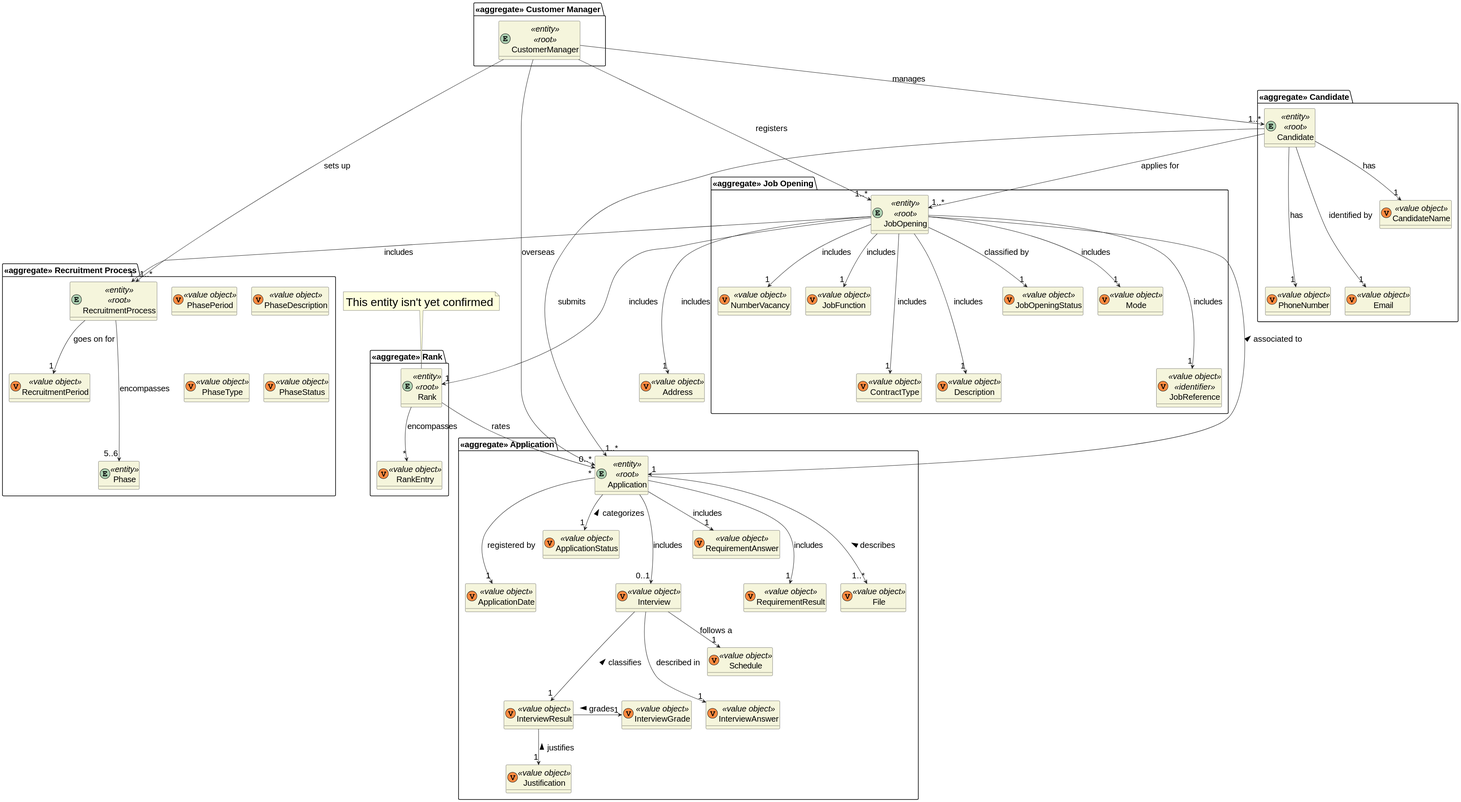
This is docs/sprint-c/us_1013/US1013_Domain_Model/domain-model-us-1013.svg from rita-barbosa/LAPR4-2324, a PlantUML export, as it was before one commit. Source of this version:
```plantuml
@startuml
skinparamlocked defaultFontSize 20

skinparam classAttributeIconSize 0
hide empty attributes
skinparam classBackgroundColor beige
skinparam ArrowColor #222222



class Address <<(V,#FF8B40) value object>> {}

package "<<aggregate>> Job Opening" {
    entity JobOpening <<entity>> <<root>> {}
    class JobFunction <<(V,#FF8B40) value object>> {}
    class JobOpeningStatus <<(V,#FF8B40) value object>> {}
    class ContractType <<(V,#FF8B40) value object>> {}
    class Mode <<(V,#FF8B40) value object>> {}
    class NumberVacancy <<(V,#FF8B40) value object>> {}
       class Description <<(V,#FF8B40) value object>> {}
     class JobReference <<(V,#FF8B40) value object>> <<identifier>> {}
}

package "<<aggregate>> Rank" {
    entity Rank <<entity>> <<root>> {}
    class RankEntry <<(V,#FF8B40) value object>>{}
}

note "<size:28>This entity isn't yet confirmed</size>" as N2
N2 .. Rank


package "<<aggregate>> Customer Manager" {
    entity CustomerManager <<entity>> <<root>>  {}
}


    package "<<aggregate>> Candidate" {
    entity Candidate <<entity>>  <<root>>{}
    class CandidateName <<(V,#FF8B40) value object>> {}
    class PhoneNumber <<(V,#FF8B40) value object>> {}
    class Email <<(V,#FF8B40) value object>> {}

}

package "<<aggregate>> Application" {
    entity Application <<entity>><<root>>  {}
    class ApplicationDate <<(V,#FF8B40) value object>> {}
    class ApplicationStatus <<(V,#FF8B40) value object>> {}
    class Interview <<(V,#FF8B40) value object>>   {}
    class InterviewAnswer <<(V,#FF8B40) value object>>   {}
    class InterviewResult <<(V,#FF8B40) value object>>   {}
    class Justification <<(V,#FF8B40) value object>>   {}
    class InterviewGrade <<(V,#FF8B40) value object>>   {}
    class RequirementAnswer <<(V,#FF8B40) value object>>   {}
    class RequirementResult <<(V,#FF8B40) value object>>   {}
    class InterviewAnswer <<(V,#FF8B40) value object>>   {}
    class Schedule <<(V,#FF8B40) value object>> {}
     class File <<(V,#FF8B40) value object>> {}
}

package "<<aggregate>> Recruitment Process" {
    entity RecruitmentProcess <<entity>> <<root>> {}
    class RecruitmentPeriod <<(V,#FF8B40) value object>> {}
    entity Phase <<entity>> {}
    class PhasePeriod <<(V,#FF8B40) value object>> {}
    class PhaseDescription <<(V,#FF8B40) value object>> {}
    class PhaseType <<(V,#FF8B40) value object>> {}
    class PhaseStatus <<(V,#FF8B40) value object>> {}
}


CustomerManager --> "1..*" JobOpening: registers
CustomerManager ---> "0..*" Application : overseas
CustomerManager --> "1..*" RecruitmentProcess : sets up
CustomerManager --> "1..*" Candidate : manages
Candidate --> "1..*" Application : submits
Candidate --> "1..*" JobOpening : applies for
Candidate ---> "1" Email: identified by
Candidate --> "1" CandidateName: has
Candidate ---> "1" PhoneNumber: has
JobOpening ---> "1"  JobReference : includes
JobOpening --> "1"  Mode : includes
JobOpening --> "1"  NumberVacancy : includes
JobOpening ---> "1"  Address : includes
JobOpening --> "1"  JobFunction : includes
JobOpening ---> "1"  Description : includes
JobOpening ---> "1"  ContractType : includes
JobOpening --> "1" JobOpeningStatus : classified by
JobOpening --> "1"  RecruitmentProcess : includes
JobOpening --> "1"  Application : associated to <
JobOpening ---> "1"  Rank : includes
Rank --> "*" RankEntry : encompasses
Rank --> "*" Application : rates
RecruitmentProcess --> "1" RecruitmentPeriod : goes on for
RecruitmentProcess ---> "5..6" Phase : encompasses
Application ---> "0..1" Interview : includes
Application --> "1" RequirementAnswer : includes
Application ---> "1" RequirementResult : includes
Application ---> "1..*" File : describes <
Application ---> "1" ApplicationDate : registered by
Application --> "1" ApplicationStatus : categorizes <
Interview ---> "1" InterviewAnswer: described in
Interview ---> "1" InterviewResult: classifies <
InterviewResult -> "1" InterviewGrade: grades <
InterviewResult --> "1" Justification: justifies <
Interview --> "1" Schedule : follows a
@enduml
```
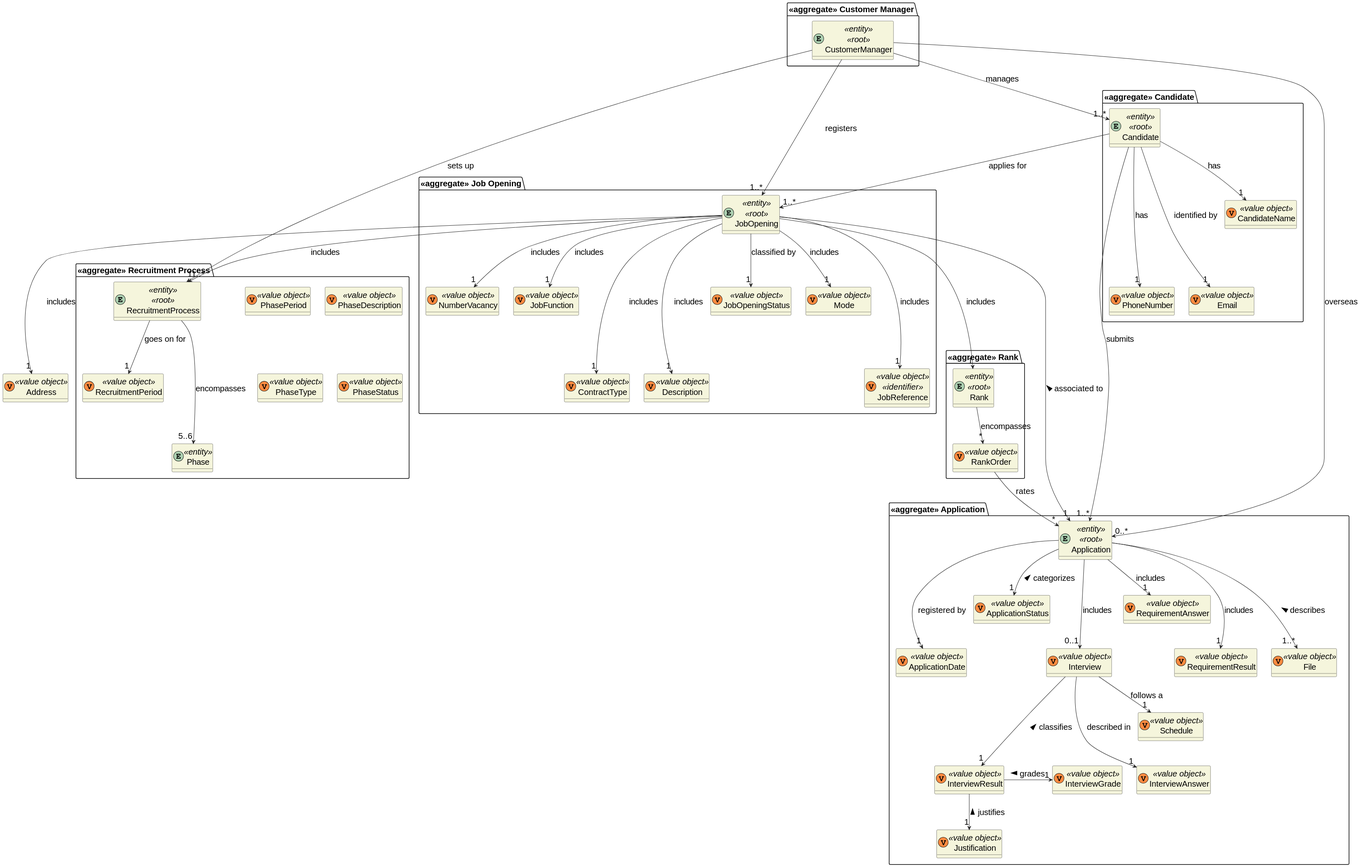
The same file after the commit.

Commit message:
docs: US2004 - domain model update (rank order and connections)

[#235]

Change to the diagram source:
```diff
@@ -23,12 +23,8 @@
 
 package "<<aggregate>> Rank" {
     entity Rank <<entity>> <<root>> {}
-    class RankEntry <<(V,#FF8B40) value object>>{}
+    class RankOrder <<(V,#FF8B40) value object>>{}
 }
-
-note "<size:28>This entity isn't yet confirmed</size>" as N2
-N2 .. Rank
-
 
 package "<<aggregate>> Customer Manager" {
     entity CustomerManager <<entity>> <<root>>  {}
@@ -90,8 +86,8 @@
 JobOpening --> "1"  RecruitmentProcess : includes
 JobOpening --> "1"  Application : associated to <
 JobOpening ---> "1"  Rank : includes
-Rank --> "*" RankEntry : encompasses
-Rank --> "*" Application : rates
+Rank --> "*" RankOrder : encompasses
+RankOrder --> "*" Application : rates
 RecruitmentProcess --> "1" RecruitmentPeriod : goes on for
 RecruitmentProcess ---> "5..6" Phase : encompasses
 Application ---> "0..1" Interview : includes
```
